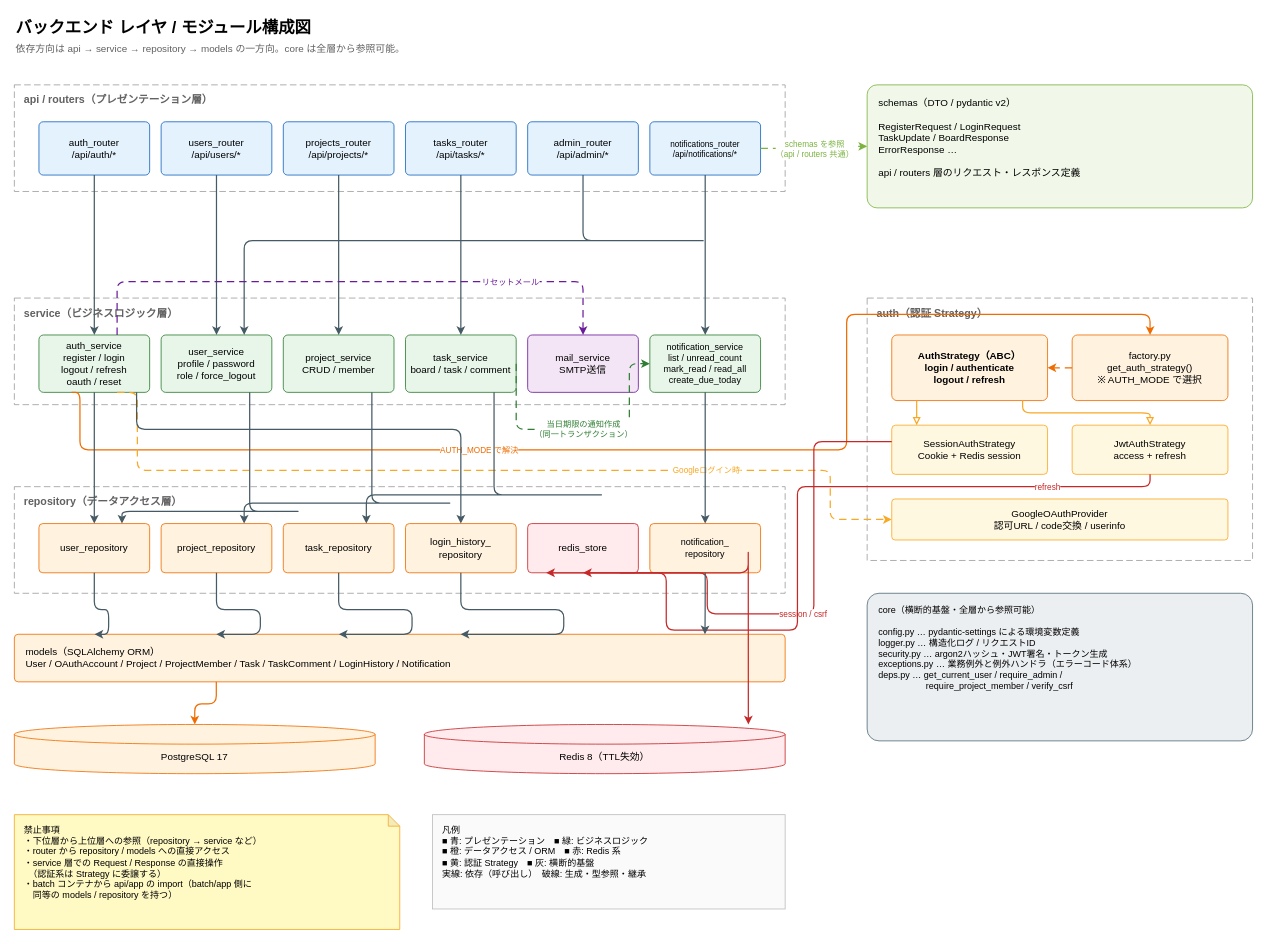
Above: docs/basic_design/diagrams/02_backend_layers.drawio in oikawa-d/task_management (draw.io), before the change. Source tidied: cells renumbered, new cells numbered last; positions are measured from the earlier drawing's top-left corner, leaving out a move shared by most shapes. Both pictures are drawn from the tidied source at 82%, with x=0, y=0 at pixel (14, 14).
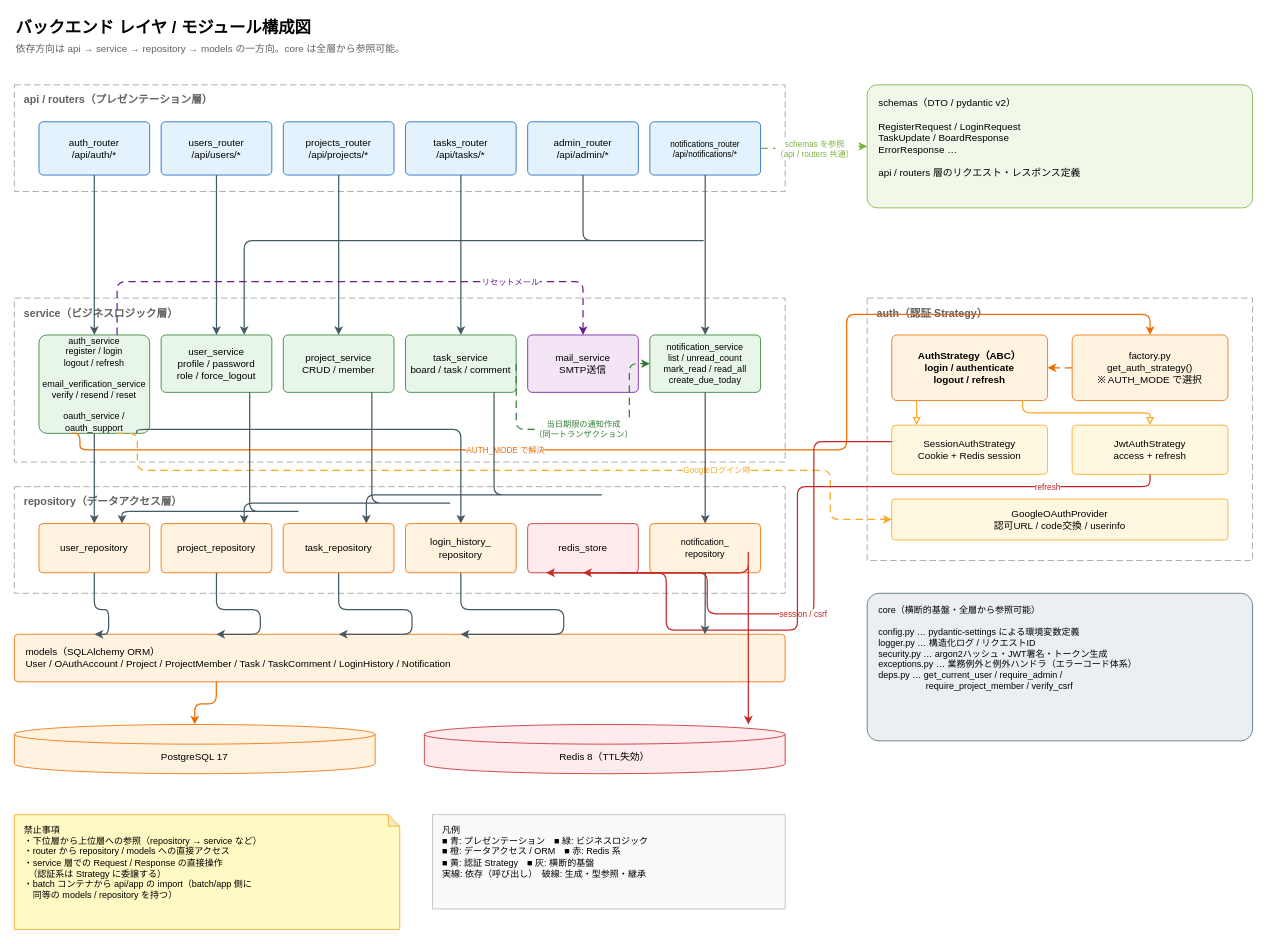
Above is the later version.

The edit, as a diff of the source:
```diff
@@
     <mxCell id="12" value="service（ビジネスロジック層）" style="rounded=0;whiteSpace=wrap;html=1;fillColor=none;strokeColor=#9E9E9E;dashed=1;dashPattern=8 4;verticalAlign=top;align=left;spacingLeft=10;spacingTop=4;fontSize=13;fontStyle=1;fontColor=#616161;" parent="1" vertex="1">
-      <mxGeometry y="346" width="940" height="130" as="geometry" />
+      <mxGeometry y="346" width="940" height="200" as="geometry" />
     </mxCell>
-    <mxCell id="13" value="auth_service&lt;br&gt;register / login&lt;br&gt;logout / refresh&lt;br&gt;oauth / reset" style="rounded=1;arcSize=8;whiteSpace=wrap;html=1;fillColor=#E8F5E9;strokeColor=#2E7D32;align=center;verticalAlign=middle;fontFamily=Helvetica;fontSize=12;" parent="1" vertex="1">
-      <mxGeometry x="30" y="391" width="135" height="70" as="geometry" />
+    <mxCell id="13" value="auth_service&lt;br&gt;register / login&lt;br&gt;logout / refresh&lt;br&gt;&lt;br&gt;email_verification_service&lt;br&gt;verify / resend / reset&lt;br&gt;&lt;br&gt;oauth_service / oauth_support" style="rounded=1;arcSize=8;whiteSpace=wrap;html=1;fillColor=#E8F5E9;strokeColor=#2E7D32;align=center;verticalAlign=middle;fontFamily=Helvetica;fontSize=11;" parent="1" vertex="1">
+      <mxGeometry x="30" y="391" width="135" height="120" as="geometry" />
     </mxCell>
```
